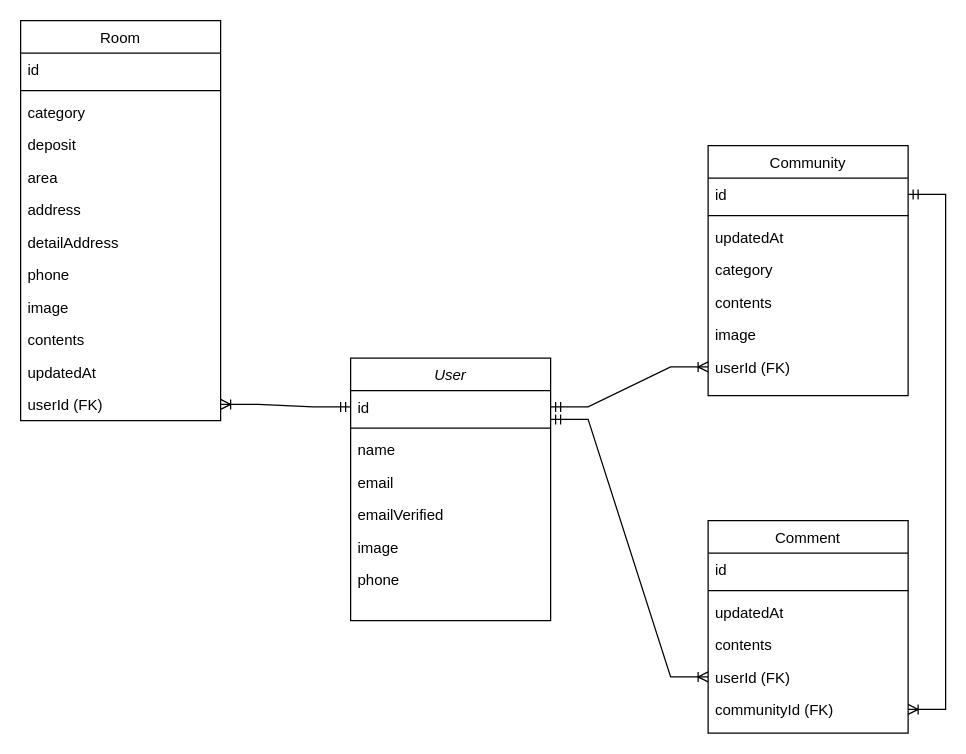
This is ERD/myspotERD.drawio from 9yu9yu81/study_nextJs_realEstate, a draw.io file, before an edit. Source tidied: cells renumbered, new cells numbered last; positions are measured from the earlier drawing's top-left corner, leaving out a move shared by most shapes. Both pictures are drawn from the tidied source at 125%, with x=0, y=0 at pixel (20, 20).
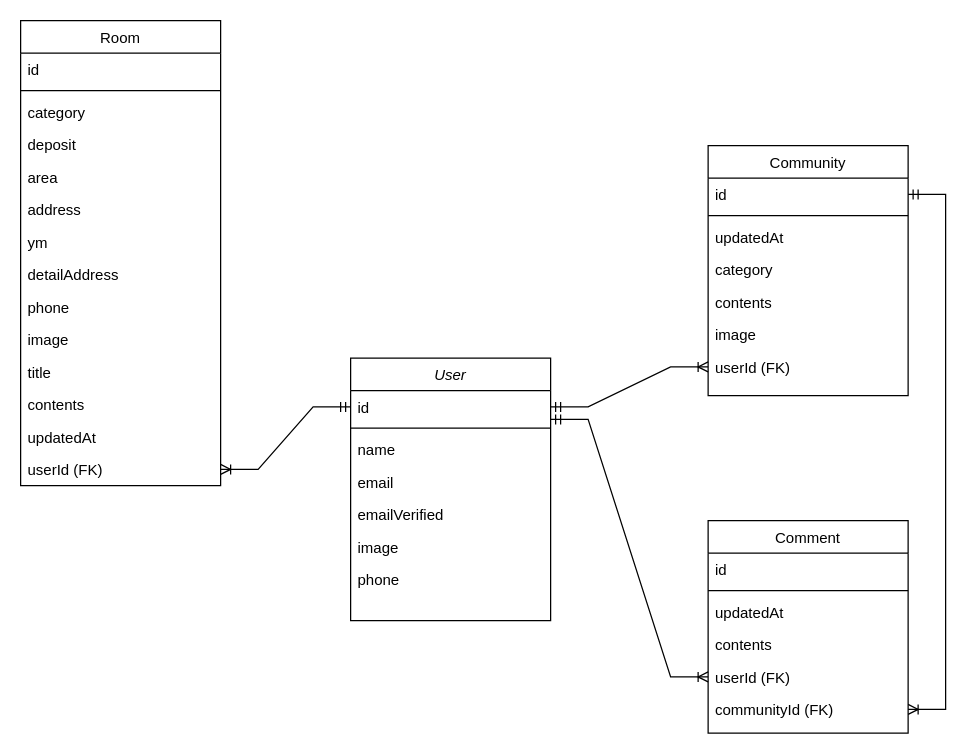
The same diagram, later.

Diff of the diagram source:
```diff
@@
     <mxCell id="18" value="Room" style="swimlane;fontStyle=0;align=center;verticalAlign=top;horizontal=1;startSize=26;rounded=0;shadow=0;strokeWidth=1;" parent="1" vertex="1">
-      <mxGeometry width="160" height="320" as="geometry" />
+      <mxGeometry width="160" height="372" as="geometry" />
     </mxCell>
@@
+    <mxCell id="42" value="ym&#10;" style="text;align=left;verticalAlign=top;spacingLeft=4;spacingRight=4;overflow=hidden;rounded=0;shadow=0;html=0;" parent="18" vertex="1">
+      <mxGeometry y="164" width="160" height="26" as="geometry" />
+    </mxCell>
     <mxCell id="25" value="detailAddress" style="text;align=left;verticalAlign=top;spacingLeft=4;spacingRight=4;overflow=hidden;rounded=0;shadow=0;html=0;" parent="18" vertex="1">
-      <mxGeometry y="164" width="160" height="26" as="geometry" />
+      <mxGeometry y="190" width="160" height="26" as="geometry" />
     </mxCell>
     <mxCell id="26" value="phone" style="text;align=left;verticalAlign=top;spacingLeft=4;spacingRight=4;overflow=hidden;rounded=0;shadow=0;html=0;" parent="18" vertex="1">
-      <mxGeometry y="190" width="160" height="26" as="geometry" />
+      <mxGeometry y="216" width="160" height="26" as="geometry" />
     </mxCell>
     <mxCell id="27" value="image" style="text;align=left;verticalAlign=top;spacingLeft=4;spacingRight=4;overflow=hidden;rounded=0;shadow=0;html=0;" parent="18" vertex="1">
-      <mxGeometry y="216" width="160" height="26" as="geometry" />
+      <mxGeometry y="242" width="160" height="26" as="geometry" />
     </mxCell>
+    <mxCell id="43" value="title" style="text;align=left;verticalAlign=top;spacingLeft=4;spacingRight=4;overflow=hidden;rounded=0;shadow=0;html=0;" parent="18" vertex="1">
+      <mxGeometry y="268" width="160" height="26" as="geometry" />
+    </mxCell>
     <mxCell id="28" value="contents" style="text;align=left;verticalAlign=top;spacingLeft=4;spacingRight=4;overflow=hidden;rounded=0;shadow=0;html=0;" parent="18" vertex="1">
-      <mxGeometry y="242" width="160" height="26" as="geometry" />
+      <mxGeometry y="294" width="160" height="26" as="geometry" />
     </mxCell>
     <mxCell id="29" value="updatedAt   " style="text;align=left;verticalAlign=top;spacingLeft=4;spacingRight=4;overflow=hidden;rounded=0;shadow=0;html=0;" parent="18" vertex="1">
-      <mxGeometry y="268" width="160" height="26" as="geometry" />
+      <mxGeometry y="320" width="160" height="26" as="geometry" />
     </mxCell>
     <mxCell id="30" value="userId (FK)" style="text;align=left;verticalAlign=top;spacingLeft=4;spacingRight=4;overflow=hidden;points=[[0,0.5],[1,0.5]];portConstraint=eastwest;rounded=0;shadow=0;html=0;" parent="18" vertex="1">
-      <mxGeometry y="294" width="160" height="26" as="geometry" />
+      <mxGeometry y="346" width="160" height="26" as="geometry" />
     </mxCell>
```
